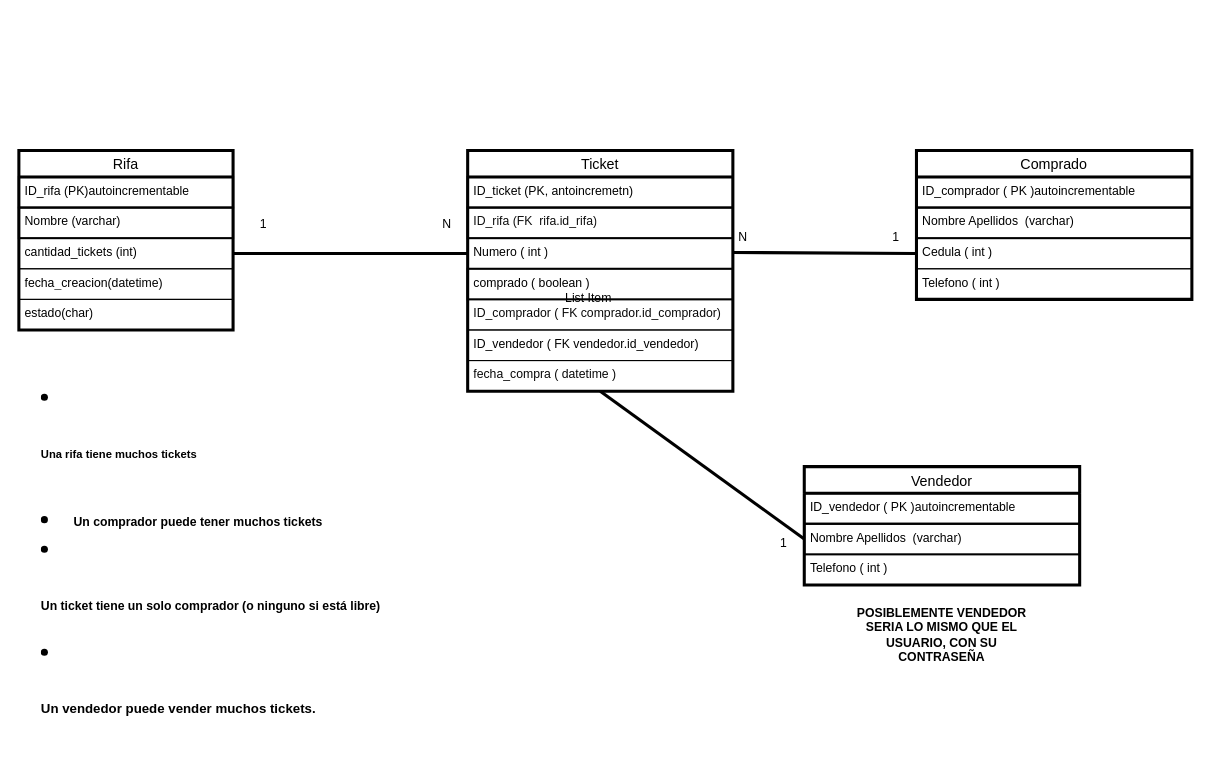
Above: page "Página-1" (1 of 3) of Bdd.drawio in leonardy24/Rifas (draw.io), before the change. Source tidied: cells renumbered, new cells numbered last; positions are measured from the earlier drawing's top-left corner, leaving out a move shared by most shapes. Both pictures are drawn from the tidied source at 102%, with x=0, y=0 at pixel (18, 150).
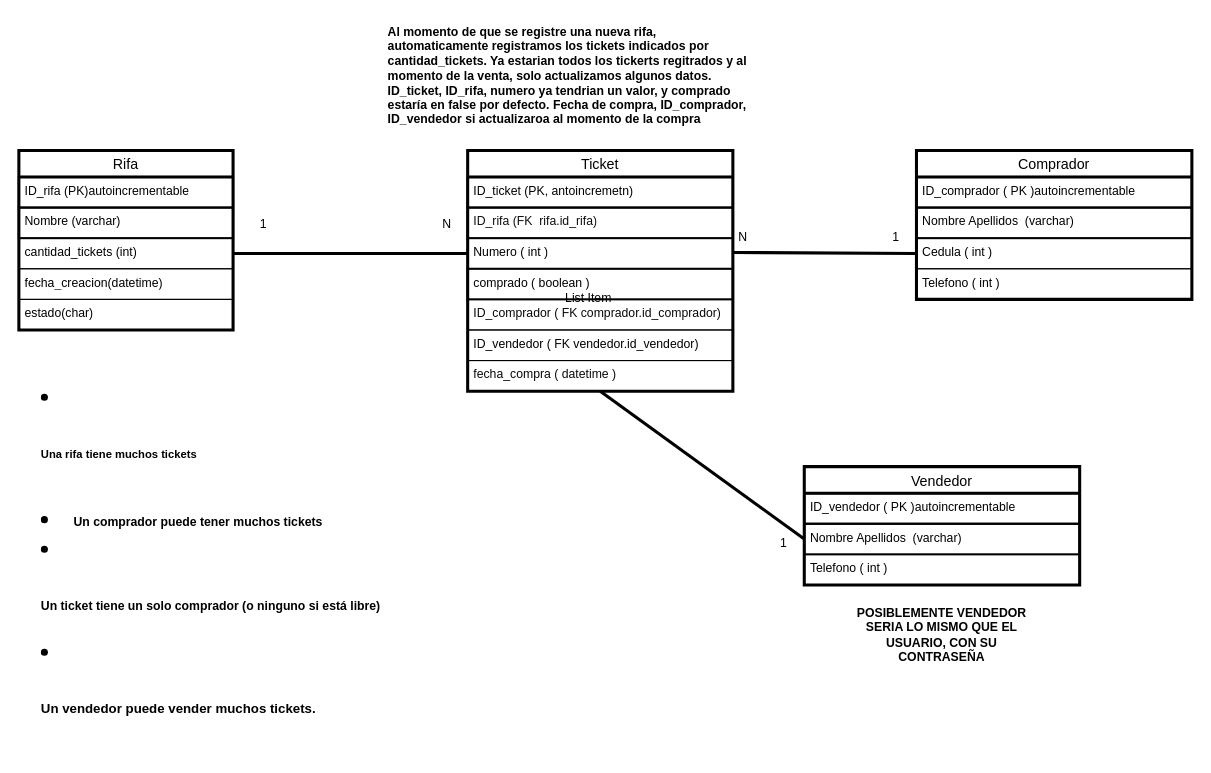
After the change.

What changed in the source:
```diff
@@
-    <mxCell id="17" value="Comprado" style="swimlane;fontStyle=0;horizontal=1;startSize=26;align=center;fontSize=14;gradientColor=none;strokeColor=light-dark(#000000,#2E2E2E);strokeWidth=3;" parent="1" vertex="1">
+    <mxCell id="17" value="Comprador" style="swimlane;fontStyle=0;horizontal=1;startSize=26;align=center;fontSize=14;gradientColor=none;strokeColor=light-dark(#000000,#2E2E2E);strokeWidth=3;" parent="1" vertex="1">
       <mxGeometry x="880" width="270" height="146" as="geometry" />
     </mxCell>
@@
+    <mxCell id="38" value="&lt;font style=&quot;color: light-dark(rgb(0, 0, 0), rgb(6, 6, 6));&quot;&gt;&lt;b&gt;Al momento de que se registre una nueva rifa, automaticamente registramos los tickets indicados por cantidad_tickets. Ya estarian todos los tickerts regitrados y al momento de la venta, solo actualizamos algunos datos. ID_ticket, ID_rifa, numero ya tendrian un valor, y comprado estaría en false por defecto. Fecha de compra, ID_comprador, ID_vendedor si actualizaroa al momento de la compra&lt;/b&gt;&lt;/font&gt;" style="text;html=1;whiteSpace=wrap;overflow=hidden;rounded=0;" parent="1" vertex="1">
+      <mxGeometry x="360" y="-130" width="360" height="120" as="geometry" />
+    </mxCell>
```
